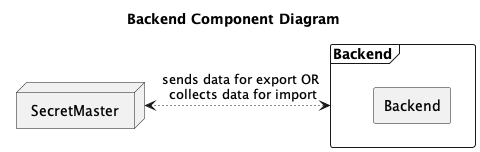
stevenantya/tp keeps this PlantUML diagram as docs/DGDiagramsCreator/Backend-Backend_Component_Diagram.png. Above is the earlier version.
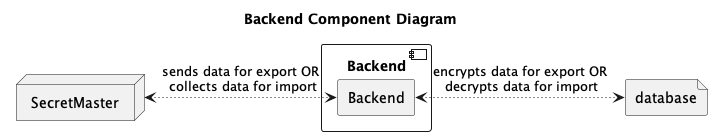
After the commit.

What changed in the source:
```diff
@@ -1,9 +1,11 @@
 @startuml
 !include Style.puml
 title Backend Component Diagram
+file database
 node SecretMaster
-frame Backend {
+component Backend {
     rectangle Backend
 }
-SecretMaster <-[dotted]right-> Backend : sends data for export OR\n collects data for import
+SecretMaster <-[dotted]right-> Backend.Backend : sends data for export OR\n collects data for import
+database <-[dotted]left-> Backend.Backend : encrypts data for export OR\n decrypts data for import
 @enduml
```
